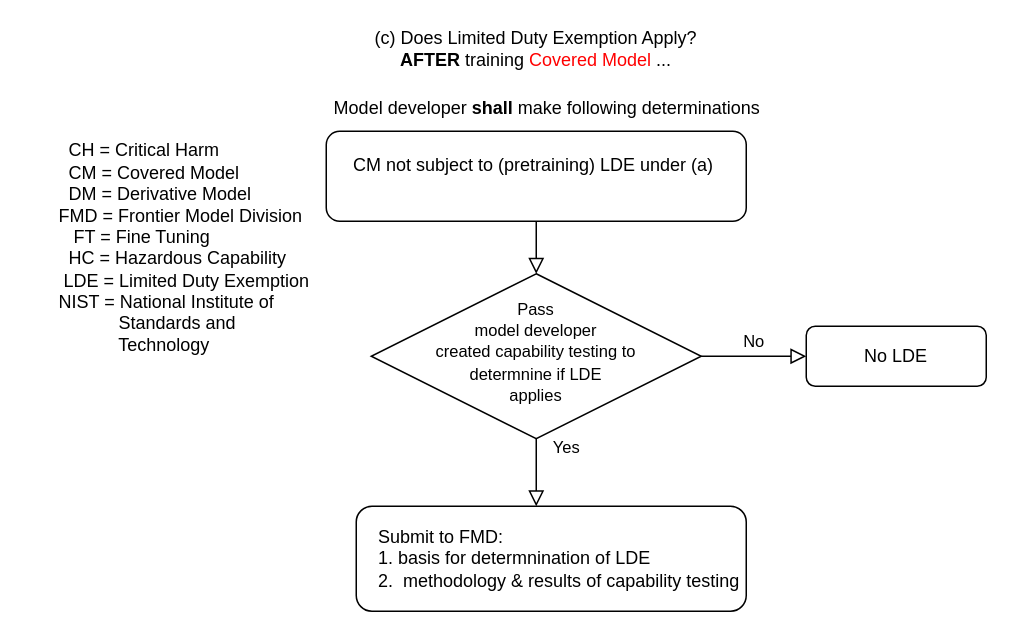
This is page "22603(c)" (5 of 6) of AB 1047.drawio from sbenerofe/AB-1047, a draw.io file, before an edit. Source tidied: cells renumbered, new cells numbered last; positions are measured from the earlier drawing's top-left corner, leaving out a move shared by most shapes. Both pictures are drawn from the tidied source at 150%, with x=0, y=0 at pixel (56, 26).
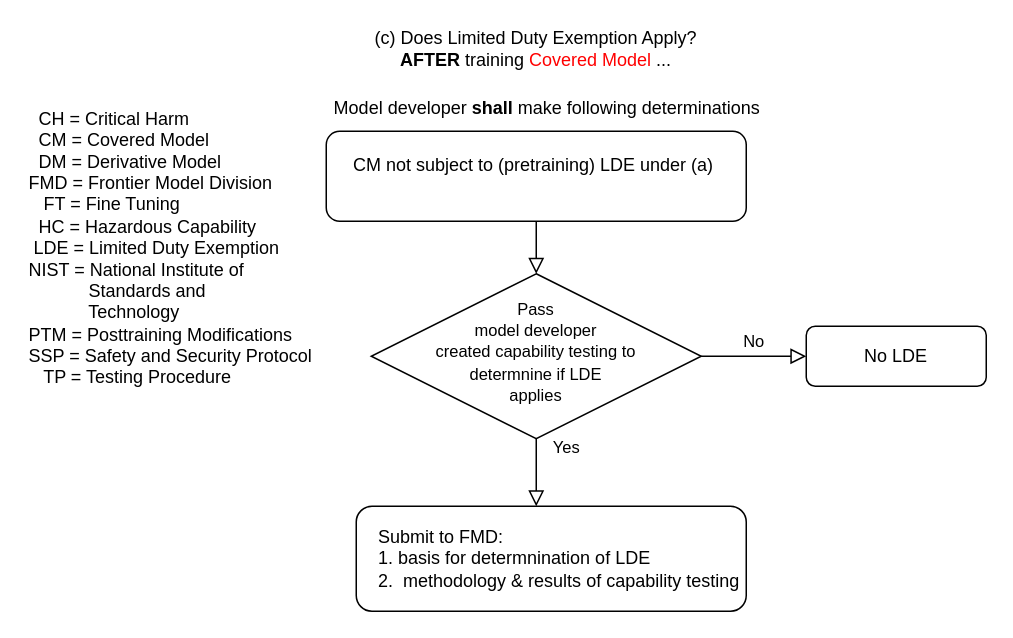
The same diagram, later.

Diff of the diagram source:
```diff
@@
 <mxGraphModel>
   <root>
     <mxCell id="0" />
     <mxCell id="1" parent="0" />
     <mxCell id="2" value="(c) Does Limited Duty Exemption Apply?&lt;div&gt;&lt;b&gt;AFTER &lt;/b&gt;training &lt;font color=&quot;#ff0000&quot;&gt;Covered Model&lt;/font&gt; ...&lt;/div&gt;" style="text;strokeColor=none;align=center;fillColor=none;html=1;verticalAlign=middle;whiteSpace=wrap;rounded=0;" parent="1" vertex="1">
       <mxGeometry x="205" width="230" height="30" as="geometry" />
     </mxCell>
     <mxCell id="3" style="rounded=0;html=1;jettySize=auto;fontSize=11;endArrow=block;endFill=0;endSize=8;strokeWidth=1;shadow=0;labelBackgroundColor=none;edgeStyle=orthogonalEdgeStyle;entryX=0.5;entryY=0;entryDx=0;entryDy=0;" parent="1" edge="1" source="4" target="7">
       <mxGeometry relative="1" as="geometry" />
     </mxCell>
     <mxCell id="4" value="CM not subject to (pretraining) LDE under (a)&amp;nbsp;&lt;div&gt;&lt;br&gt;&lt;/div&gt;" style="rounded=1;whiteSpace=wrap;html=1;fontSize=12;glass=0;strokeWidth=1;shadow=0;" parent="1" vertex="1">
       <mxGeometry x="180" y="70" width="280" height="60" as="geometry" />
     </mxCell>
     <mxCell id="5" value="Yes" style="rounded=0;html=1;jettySize=auto;fontSize=11;endArrow=block;endFill=0;endSize=8;strokeWidth=1;shadow=0;labelBackgroundColor=none;edgeStyle=orthogonalEdgeStyle;" parent="1" edge="1" source="7">
       <mxGeometry x="-0.74" y="20" relative="1" as="geometry">
         <mxPoint x="320" y="320" as="targetPoint" />
       </mxGeometry>
     </mxCell>
     <mxCell id="6" value="No" style="edgeStyle=orthogonalEdgeStyle;rounded=0;html=1;jettySize=auto;fontSize=11;endArrow=block;endFill=0;endSize=8;strokeWidth=1;shadow=0;labelBackgroundColor=none;" parent="1" edge="1" source="7" target="8">
       <mxGeometry y="10" relative="1" as="geometry" />
     </mxCell>
     <mxCell id="7" value="&lt;span style=&quot;font-size: 11px;&quot;&gt;Pass&lt;/span&gt;&lt;div&gt;&lt;span style=&quot;font-size: 11px;&quot;&gt;model developer&lt;/span&gt;&lt;/div&gt;&lt;div&gt;&lt;span style=&quot;font-size: 11px;&quot;&gt;created capability testing to&lt;/span&gt;&lt;/div&gt;&lt;div&gt;&lt;span style=&quot;font-size: 11px;&quot;&gt;determnine if LDE&lt;/span&gt;&lt;/div&gt;&lt;div&gt;&lt;span style=&quot;font-size: 11px;&quot;&gt;applies&lt;/span&gt;&lt;/div&gt;" style="rhombus;whiteSpace=wrap;html=1;shadow=0;fontFamily=Helvetica;fontSize=12;align=center;strokeWidth=1;spacing=6;spacingTop=-6;" parent="1" vertex="1">
       <mxGeometry x="210" y="165" width="220" height="110" as="geometry" />
     </mxCell>
     <mxCell id="8" value="No LDE" style="rounded=1;whiteSpace=wrap;html=1;fontSize=12;glass=0;strokeWidth=1;shadow=0;" parent="1" vertex="1">
       <mxGeometry x="500" y="200" width="120" height="40" as="geometry" />
     </mxCell>
     <mxCell id="9" value="Model developer &lt;b&gt;shall &lt;/b&gt;make following determinations" style="text;strokeColor=none;align=center;fillColor=none;html=1;verticalAlign=middle;whiteSpace=wrap;rounded=0;" parent="1" vertex="1">
       <mxGeometry x="180" y="40" width="295" height="30" as="geometry" />
     </mxCell>
     <mxCell id="10" value="Submit to FMD:&lt;div&gt;1. basis for determnination of LDE&lt;/div&gt;&lt;div&gt;2.&amp;nbsp;&lt;span style=&quot;background-color: initial;&quot;&gt;&amp;nbsp;&lt;/span&gt;&lt;span style=&quot;background-color: initial;&quot;&gt;methodology &amp;amp; results of&amp;nbsp;&lt;/span&gt;&lt;span style=&quot;background-color: initial;&quot;&gt;capability testing&lt;/span&gt;&lt;/div&gt;" style="rounded=1;whiteSpace=wrap;html=1;fontSize=12;glass=0;strokeWidth=1;shadow=0;align=left;spacingLeft=13;" parent="1" vertex="1">
       <mxGeometry x="200" y="320" width="260" height="70" as="geometry" />
     </mxCell>
-    <mxCell id="11" value="&lt;div&gt;&amp;nbsp; CH = Critical Harm&lt;/div&gt;&lt;div&gt;&amp;nbsp; CM = Covered Model&lt;/div&gt;&lt;div&gt;&amp;nbsp; DM = Derivative Model&lt;/div&gt;FMD =&amp;nbsp;&lt;span style=&quot;&quot;&gt;Frontier Model Division&lt;/span&gt;&lt;div&gt;&amp;nbsp; &amp;nbsp;FT = Fine Tuning&lt;/div&gt;&lt;div&gt;&amp;nbsp; HC = Hazardous Capability&lt;br&gt;&lt;div&gt;&amp;nbsp;LDE = Limited Duty Exemption&lt;span style=&quot;&quot;&gt;&lt;br&gt;&lt;/span&gt;&lt;/div&gt;&lt;div&gt;&lt;span style=&quot;&quot;&gt;NIST =&amp;nbsp;&lt;/span&gt;&lt;span style=&quot;background-color: initial;&quot;&gt;National Institute of&lt;/span&gt;&lt;/div&gt;&lt;div&gt;&lt;span style=&quot;background-color: initial;&quot;&gt;&amp;nbsp; &amp;nbsp; &amp;nbsp; &amp;nbsp; &amp;nbsp; &amp;nbsp; Standards and&lt;/span&gt;&lt;/div&gt;&lt;div&gt;&lt;span style=&quot;background-color: initial;&quot;&gt;&amp;nbsp; &amp;nbsp; &amp;nbsp; &amp;nbsp; &amp;nbsp; &amp;nbsp; Technology&lt;/span&gt;&lt;/div&gt;&lt;div&gt;&lt;br&gt;&lt;/div&gt;&lt;/div&gt;" style="text;html=1;align=left;verticalAlign=middle;whiteSpace=wrap;rounded=0;" parent="1" vertex="1">
-      <mxGeometry y="70" width="170" height="170" as="geometry" />
-    </mxCell>
+    <mxCell id="12" value="&lt;div&gt;&amp;nbsp; CH = Critical Harm&lt;/div&gt;&lt;div&gt;&amp;nbsp; CM = Covered Model&lt;/div&gt;&lt;div&gt;&amp;nbsp; DM = Derivative Model&lt;/div&gt;FMD =&amp;nbsp;&lt;span style=&quot;&quot;&gt;Frontier Model Division&lt;/span&gt;&lt;div&gt;&amp;nbsp; &amp;nbsp;FT = Fine Tuning&lt;/div&gt;&lt;div&gt;&amp;nbsp; HC = Hazardous Capability&lt;br&gt;&lt;div&gt;&amp;nbsp;LDE = Limited Duty Exemption&lt;span style=&quot;&quot;&gt;&lt;br&gt;&lt;/span&gt;&lt;/div&gt;&lt;div&gt;&lt;span style=&quot;&quot;&gt;NIST =&amp;nbsp;&lt;/span&gt;&lt;span style=&quot;background-color: initial;&quot;&gt;National Institute of&lt;/span&gt;&lt;/div&gt;&lt;div&gt;&lt;span style=&quot;background-color: initial;&quot;&gt;&amp;nbsp; &amp;nbsp; &amp;nbsp; &amp;nbsp; &amp;nbsp; &amp;nbsp; Standards and&lt;/span&gt;&lt;/div&gt;&lt;div&gt;&lt;span style=&quot;background-color: initial;&quot;&gt;&amp;nbsp; &amp;nbsp; &amp;nbsp; &amp;nbsp; &amp;nbsp; &amp;nbsp; Technology&lt;/span&gt;&lt;/div&gt;&lt;div&gt;&lt;span style=&quot;background-color: initial;&quot;&gt;PTM = Posttraining Modifications&lt;/span&gt;&lt;/div&gt;&lt;div&gt;&lt;span style=&quot;background-color: initial;&quot;&gt;SSP = Safety and Security Protocol&lt;br&gt;&lt;/span&gt;&lt;/div&gt;&lt;div&gt;&lt;span style=&quot;background-color: initial;&quot;&gt;&amp;nbsp;&amp;nbsp; TP = Testing Procedure&lt;br&gt;&lt;/span&gt;&lt;/div&gt;&lt;div&gt;&lt;br&gt;&lt;/div&gt;&lt;/div&gt;" style="text;html=1;align=left;verticalAlign=middle;whiteSpace=wrap;rounded=0;" parent="1" vertex="1">
+      <mxGeometry x="-20" y="70" width="200" height="170" as="geometry" />
+    </mxCell>
   </root>
 </mxGraphModel>
```
